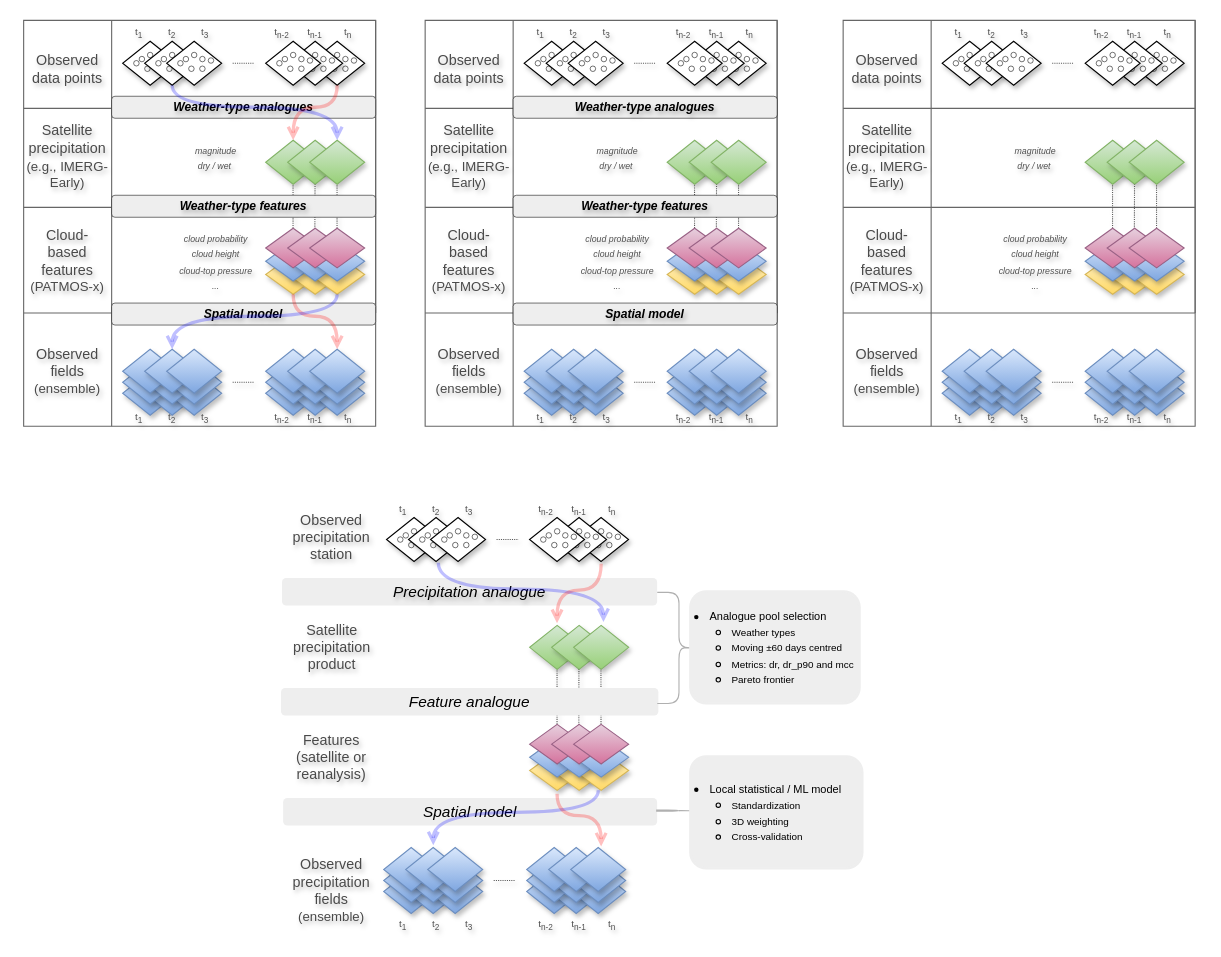
Above: grid-workflow.drawio in adrHuerta/diagrams (draw.io), before the change. Source tidied: cells renumbered, new cells numbered last; positions are measured from the earlier drawing's top-left corner, leaving out a move shared by most shapes. Both pictures are drawn from the tidied source at 110%, with x=0, y=0 at pixel (23, 19).
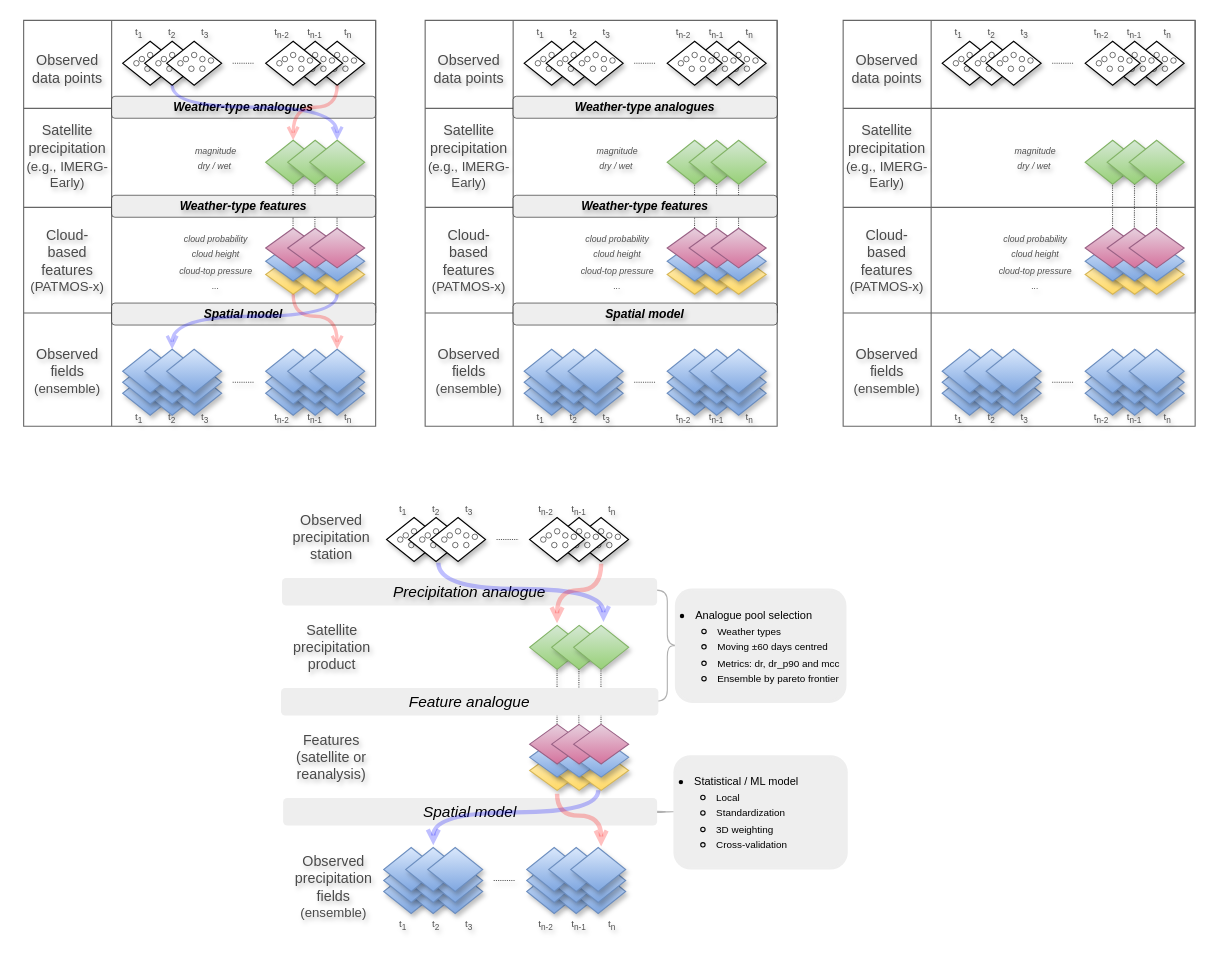
Above is the later version.

Unchanged cells that the change refers to:
```xml
<mxCell id="409" style="group;" parent="408" vertex="1">
  <mxGeometry x="-20" width="226" height="356.5" as="geometry" />
</mxCell>
```

What changed in the source:
```diff
@@
+    <mxCell id="483" style="shape=curlyBracket;whiteSpace=wrap;html=1;rounded=1;flipH=1;labelPosition=right;verticalLabelPosition=middle;align=left;verticalAlign=middle;fillColor=#eeeeee;strokeColor=#B0B0B0;size=0.5;" parent="1" vertex="1">
+      <mxGeometry x="565.4" y="519" width="39.5" height="101" as="geometry" />
+    </mxCell>
+    <mxCell id="485" style="shape=curlyBracket;whiteSpace=wrap;html=1;rounded=1;flipH=1;labelPosition=right;verticalLabelPosition=middle;align=left;verticalAlign=middle;fillColor=#eeeeee;strokeColor=#B0B0B0;" parent="1" vertex="1">
+      <mxGeometry x="564.4" y="720" width="40.5" height="1" as="geometry" />
+    </mxCell>
@@
-    <mxCell id="443" style="edgeStyle=orthogonalEdgeStyle;rounded=0;orthogonalLoop=1;jettySize=auto;html=1;endArrow=open;endFill=0;strokeColor=#0000FF;strokeWidth=3;curved=1;opacity=25;" parent="409" edge="1">
+    <mxCell id="443" style="edgeStyle=orthogonalEdgeStyle;rounded=0;orthogonalLoop=1;jettySize=auto;html=1;endArrow=open;endFill=0;strokeColor=#0000FF;strokeWidth=4;curved=1;opacity=25;" parent="409" edge="1">
       <mxGeometry relative="1" as="geometry">
         <mxPoint x="27.1" y="41" as="sourcePoint" />
         <mxPoint x="177.2" y="95" as="targetPoint" />
         <Array as="points">
           <mxPoint x="27.2" y="65" />
           <mxPoint x="177.2" y="65" />
         </Array>
       </mxGeometry>
     </mxCell>
-    <mxCell id="444" style="edgeStyle=orthogonalEdgeStyle;rounded=0;orthogonalLoop=1;jettySize=auto;html=1;entryX=0.5;entryY=0;entryDx=0;entryDy=0;endArrow=open;endFill=0;strokeColor=#0000FF;strokeWidth=3;curved=1;opacity=25;" parent="409" edge="1">
+    <mxCell id="444" style="edgeStyle=orthogonalEdgeStyle;rounded=0;orthogonalLoop=1;jettySize=auto;html=1;entryX=0.5;entryY=0;entryDx=0;entryDy=0;endArrow=open;endFill=0;strokeColor=#0000FF;strokeWidth=4;curved=1;opacity=25;" parent="409" edge="1">
       <mxGeometry relative="1" as="geometry">
         <mxPoint x="172.5" y="248" as="sourcePoint" />
         <mxPoint x="22.5" y="298" as="targetPoint" />
         <Array as="points">
           <mxPoint x="172.5" y="268" />
           <mxPoint x="22.5" y="268" />
         </Array>
       </mxGeometry>
     </mxCell>
-    <mxCell id="445" style="edgeStyle=orthogonalEdgeStyle;rounded=0;orthogonalLoop=1;jettySize=auto;html=1;strokeWidth=3;endArrow=open;endFill=0;strokeColor=#FF0000;curved=1;opacity=25;" parent="409" edge="1">
+    <mxCell id="445" style="edgeStyle=orthogonalEdgeStyle;rounded=0;orthogonalLoop=1;jettySize=auto;html=1;strokeWidth=4;endArrow=open;endFill=0;strokeColor=#FF0000;curved=1;opacity=25;" parent="409" edge="1">
       <mxGeometry relative="1" as="geometry">
         <mxPoint x="175.1" y="42" as="sourcePoint" />
         <mxPoint x="135" y="96" as="targetPoint" />
         <Array as="points">
           <mxPoint x="175" y="66" />
           <mxPoint x="135" y="66" />
         </Array>
       </mxGeometry>
     </mxCell>
-    <mxCell id="446" style="edgeStyle=orthogonalEdgeStyle;rounded=0;orthogonalLoop=1;jettySize=auto;html=1;strokeWidth=3;endArrow=open;endFill=0;strokeColor=#FF0000;curved=1;opacity=25;" parent="409" edge="1">
+    <mxCell id="446" style="edgeStyle=orthogonalEdgeStyle;rounded=0;orthogonalLoop=1;jettySize=auto;html=1;strokeWidth=4;endArrow=open;endFill=0;strokeColor=#FF0000;curved=1;opacity=25;" parent="409" edge="1">
       <mxGeometry relative="1" as="geometry">
         <mxPoint x="135" y="251" as="sourcePoint" />
         <mxPoint x="175.1" y="299" as="targetPoint" />
         <Array as="points">
           <mxPoint x="135" y="271" />
           <mxPoint x="175" y="271" />
         </Array>
       </mxGeometry>
     </mxCell>
@@
     <mxCell id="457" value="&lt;span&gt;Observed &lt;br&gt;precipitation fields&lt;br&gt;&lt;font style=&quot;&quot;&gt;&lt;span style=&quot;font-size: 12px;&quot;&gt;(ensemble)&lt;/span&gt;&lt;/font&gt;&lt;/span&gt;" style="text;html=1;align=center;verticalAlign=middle;whiteSpace=wrap;rounded=0;rotation=0;fontStyle=0;fontColor=#4A4A4A;fontSize=13;shadow=1;textShadow=1;labelBorderColor=none;labelBackgroundColor=none;" parent="1" vertex="1">
-      <mxGeometry x="235" y="754" width="90.1" height="75" as="geometry" />
+      <mxGeometry x="237.2" y="751" width="90.1" height="75" as="geometry" />
     </mxCell>
@@
-    <mxCell id="483" style="shape=curlyBracket;whiteSpace=wrap;html=1;rounded=1;flipH=1;labelPosition=right;verticalLabelPosition=middle;align=left;verticalAlign=middle;fillColor=#eeeeee;strokeColor=#B0B0B0;" parent="1" vertex="1">
-      <mxGeometry x="576" y="521" width="39.5" height="101" as="geometry" />
-    </mxCell>
-    <mxCell id="484" value="&lt;ul style=&quot;margin-top: 12px; padding-left: 15px;&quot;&gt;&lt;li&gt;&lt;span style=&quot;background-color: transparent; color: light-dark(rgb(0, 0, 0), rgb(255, 255, 255));&quot;&gt;&lt;font style=&quot;font-size: 10px;&quot;&gt;Analogue pool selection&lt;/font&gt;&lt;/span&gt;&lt;/li&gt;&lt;ul style=&quot;padding-left: 20px;&quot;&gt;&lt;li&gt;&lt;font style=&quot;font-size: 9px;&quot;&gt;Weather types&lt;/font&gt;&lt;/li&gt;&lt;li&gt;&lt;font style=&quot;font-size: 9px;&quot;&gt;Moving ±60 days centred&lt;/font&gt;&lt;/li&gt;&lt;li&gt;&lt;font style=&quot;font-size: 9px;&quot;&gt;Metrics: dr, dr_p90 and mcc&lt;/font&gt;&lt;/li&gt;&lt;/ul&gt;&lt;ul style=&quot;padding-left: 20px;&quot;&gt;&lt;li&gt;&lt;font style=&quot;font-size: 9px;&quot;&gt;Pareto frontier&lt;/font&gt;&lt;/li&gt;&lt;/ul&gt;&lt;/ul&gt;&lt;div&gt;&lt;div&gt;&lt;/div&gt;&lt;/div&gt;" style="shape=ext;double=1;rounded=1;whiteSpace=wrap;html=1;fillColor=#eeeeee;strokeColor=none;align=left;" parent="1" vertex="1">
-      <mxGeometry x="605" y="519" width="156" height="104" as="geometry" />
+    <mxCell id="484" value="&lt;ul style=&quot;margin-top: 12px; padding-left: 15px;&quot;&gt;&lt;li&gt;&lt;span style=&quot;background-color: transparent; color: light-dark(rgb(0, 0, 0), rgb(255, 255, 255));&quot;&gt;&lt;font style=&quot;font-size: 10px;&quot;&gt;Analogue pool selection&lt;/font&gt;&lt;/span&gt;&lt;/li&gt;&lt;ul style=&quot;padding-left: 20px;&quot;&gt;&lt;li&gt;&lt;font style=&quot;font-size: 9px;&quot;&gt;Weather types&lt;/font&gt;&lt;/li&gt;&lt;li&gt;&lt;font style=&quot;font-size: 9px;&quot;&gt;Moving ±60 days centred&lt;/font&gt;&lt;/li&gt;&lt;li&gt;&lt;font style=&quot;font-size: 9px;&quot;&gt;Metrics: dr, dr_p90 and mcc&lt;/font&gt;&lt;/li&gt;&lt;/ul&gt;&lt;ul style=&quot;padding-left: 20px;&quot;&gt;&lt;li&gt;&lt;font style=&quot;font-size: 9px;&quot;&gt;Ensemble by pareto frontier&lt;/font&gt;&lt;/li&gt;&lt;/ul&gt;&lt;/ul&gt;&lt;div&gt;&lt;div&gt;&lt;/div&gt;&lt;/div&gt;" style="shape=ext;double=1;rounded=1;whiteSpace=wrap;html=1;fillColor=#eeeeee;strokeColor=none;align=left;" parent="1" vertex="1">
+      <mxGeometry x="592" y="517.5" width="156" height="104" as="geometry" />
     </mxCell>
-    <mxCell id="485" style="shape=curlyBracket;whiteSpace=wrap;html=1;rounded=1;flipH=1;labelPosition=right;verticalLabelPosition=middle;align=left;verticalAlign=middle;fillColor=#eeeeee;strokeColor=#B0B0B0;" parent="1" vertex="1">
-      <mxGeometry x="575" y="719" width="40.5" height="1" as="geometry" />
-    </mxCell>
-    <mxCell id="486" value="&lt;ul style=&quot;margin-top: 12px; padding-left: 15px;&quot;&gt;&lt;li&gt;&lt;span style=&quot;font-size: 10px;&quot;&gt;Local statistical / ML model&lt;/span&gt;&lt;/li&gt;&lt;ul style=&quot;padding-left: 20px;&quot;&gt;&lt;li&gt;&lt;font style=&quot;font-size: 9px;&quot;&gt;Standardization&lt;/font&gt;&lt;/li&gt;&lt;li&gt;&lt;font style=&quot;font-size: 9px;&quot;&gt;3D weighting&lt;/font&gt;&lt;/li&gt;&lt;li&gt;&lt;font style=&quot;font-size: 9px;&quot;&gt;Cross-validation&lt;/font&gt;&lt;/li&gt;&lt;/ul&gt;&lt;/ul&gt;&lt;div&gt;&lt;div&gt;&lt;/div&gt;&lt;/div&gt;" style="shape=ext;double=1;rounded=1;whiteSpace=wrap;html=1;fillColor=#eeeeee;strokeColor=none;align=left;" parent="1" vertex="1">
-      <mxGeometry x="605" y="669" width="158.5" height="104" as="geometry" />
+    <mxCell id="486" value="&lt;ul style=&quot;margin-top: 12px; padding-left: 15px;&quot;&gt;&lt;li&gt;&lt;span style=&quot;font-size: 10px;&quot;&gt;Statistical / ML model&lt;/span&gt;&lt;/li&gt;&lt;ul style=&quot;padding-left: 20px;&quot;&gt;&lt;li&gt;&lt;font style=&quot;&quot;&gt;&lt;font style=&quot;font-size: 9px;&quot;&gt;Local&lt;/font&gt;&lt;span style=&quot;font-size: 10px;&quot;&gt;&amp;nbsp;&lt;/span&gt;&lt;/font&gt;&lt;/li&gt;&lt;li&gt;&lt;font style=&quot;font-size: 9px;&quot;&gt;Standardization&lt;/font&gt;&lt;/li&gt;&lt;li&gt;&lt;font style=&quot;font-size: 9px;&quot;&gt;3D weighting&lt;/font&gt;&lt;/li&gt;&lt;li&gt;&lt;font style=&quot;font-size: 9px;&quot;&gt;Cross-validation&lt;/font&gt;&lt;/li&gt;&lt;/ul&gt;&lt;/ul&gt;&lt;div&gt;&lt;div&gt;&lt;/div&gt;&lt;/div&gt;" style="shape=ext;double=1;rounded=1;whiteSpace=wrap;html=1;fillColor=#eeeeee;strokeColor=none;align=left;" parent="1" vertex="1">
+      <mxGeometry x="590.7" y="669" width="158.5" height="104" as="geometry" />
     </mxCell>
```
